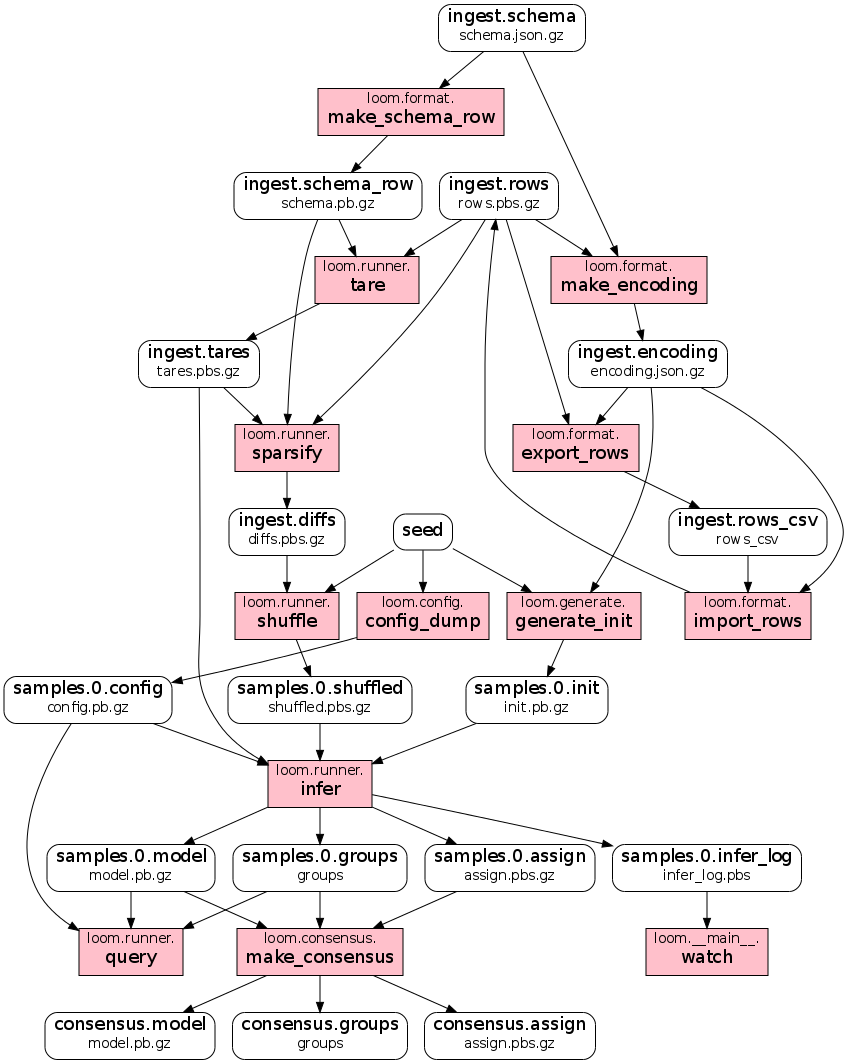
The Graphviz diagram doc/dataflow.png in priorknowledge/loom, before a commit. Its source is kept beside it as doc/dataflow.dot.
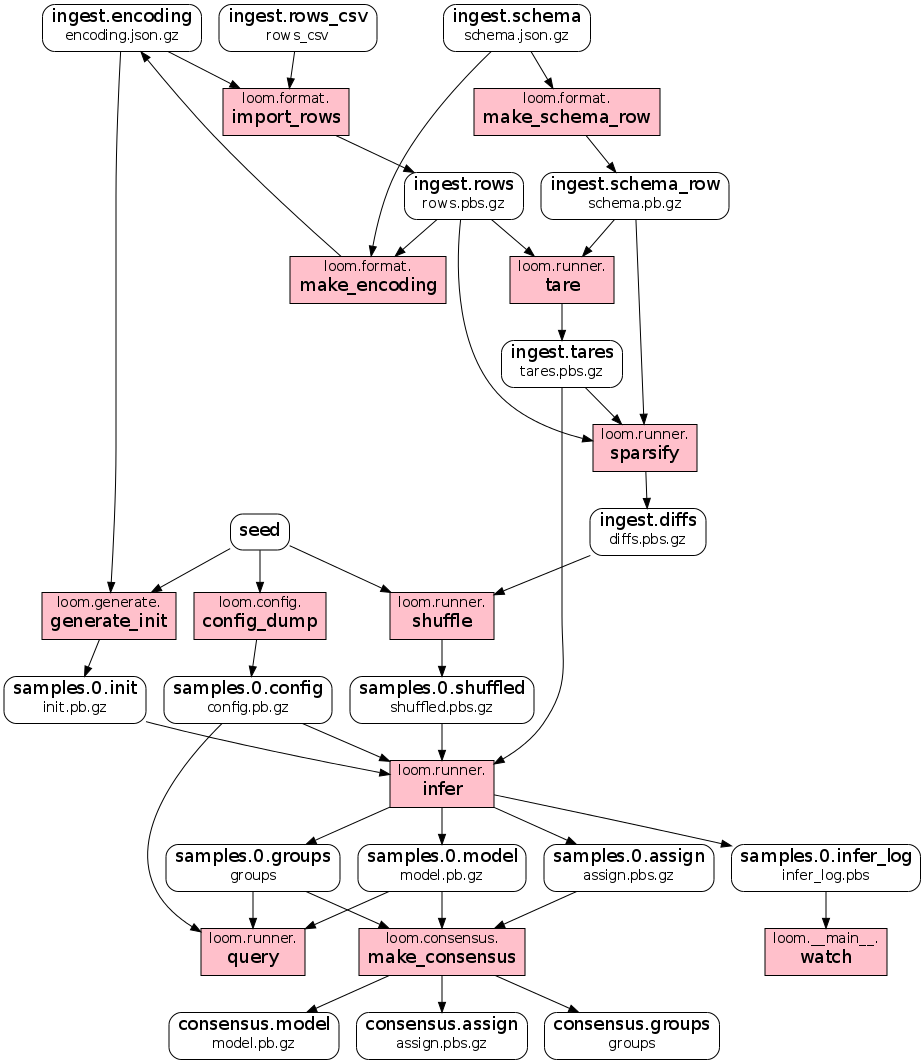
Later version of the same file.

Commit message:
Switch export_rows to test role

Diff of the diagram source:
```diff
@@ -4,9 +4,9 @@
   {
     node [shape=Mrecord];
     samples_0_model [label=<<FONT POINT-SIZE="18">samples.0.model</FONT><BR/>model.pb.gz>];
+    ingest_rows_csv [label=<<FONT POINT-SIZE="18">ingest.rows_csv</FONT><BR/>rows_csv>];
     consensus_model [label=<<FONT POINT-SIZE="18">consensus.model</FONT><BR/>model.pb.gz>];
-    consensus_groups [label=<<FONT POINT-SIZE="18">consensus.groups</FONT><BR/>groups>];
-    ingest_diffs [label=<<FONT POINT-SIZE="18">ingest.diffs</FONT><BR/>diffs.pbs.gz>];
+    ingest_schema [label=<<FONT POINT-SIZE="18">ingest.schema</FONT><BR/>schema.json.gz>];
     samples_0_init [label=<<FONT POINT-SIZE="18">samples.0.init</FONT><BR/>init.pb.gz>];
     samples_0_shuffled [label=<<FONT POINT-SIZE="18">samples.0.shuffled</FONT><BR/>shuffled.pbs.gz>];
     samples_0_assign [label=<<FONT POINT-SIZE="18">samples.0.assign</FONT><BR/>assign.pbs.gz>];
@@ -14,20 +14,19 @@
     consensus_assign [label=<<FONT POINT-SIZE="18">consensus.assign</FONT><BR/>assign.pbs.gz>];
     ingest_rows [label=<<FONT POINT-SIZE="18">ingest.rows</FONT><BR/>rows.pbs.gz>];
     ingest_tares [label=<<FONT POINT-SIZE="18">ingest.tares</FONT><BR/>tares.pbs.gz>];
-    seed [label=<<FONT POINT-SIZE="18">seed</FONT>>];
+    consensus_groups [label=<<FONT POINT-SIZE="18">consensus.groups</FONT><BR/>groups>];
     samples_0_config [label=<<FONT POINT-SIZE="18">samples.0.config</FONT><BR/>config.pb.gz>];
     ingest_schema_row [label=<<FONT POINT-SIZE="18">ingest.schema_row</FONT><BR/>schema.pb.gz>];
-    ingest_schema [label=<<FONT POINT-SIZE="18">ingest.schema</FONT><BR/>schema.json.gz>];
+    ingest_encoding [label=<<FONT POINT-SIZE="18">ingest.encoding</FONT><BR/>encoding.json.gz>];
     samples_0_groups [label=<<FONT POINT-SIZE="18">samples.0.groups</FONT><BR/>groups>];
-    ingest_rows_csv [label=<<FONT POINT-SIZE="18">ingest.rows_csv</FONT><BR/>rows_csv>];
-    ingest_encoding [label=<<FONT POINT-SIZE="18">ingest.encoding</FONT><BR/>encoding.json.gz>];
+    seed [label=<<FONT POINT-SIZE="18">seed</FONT>>];
+    ingest_diffs [label=<<FONT POINT-SIZE="18">ingest.diffs</FONT><BR/>diffs.pbs.gz>];
   }
 
   {
     node [shape=box, style=filled];
 
     tare [label=<loom.runner.<BR/><FONT POINT-SIZE="18">tare</FONT>>, fillcolor=pink];
-    export_rows [label=<loom.format.<BR/><FONT POINT-SIZE="18">export_rows</FONT>>, fillcolor=pink];
     query [label=<loom.runner.<BR/><FONT POINT-SIZE="18">query</FONT>>, fillcolor=pink];
     watch [label=<loom.__main__.<BR/><FONT POINT-SIZE="18">watch</FONT>>, fillcolor=pink];
     config_dump [label=<loom.config.<BR/><FONT POINT-SIZE="18">config_dump</FONT>>, fillcolor=pink];
@@ -43,9 +42,6 @@
     ingest_schema_row -> tare [weight=1.0];
     ingest_rows -> tare [weight=1.0];
     tare -> ingest_tares [weight=1.0];
-    ingest_encoding -> export_rows [weight=1.0];
-    ingest_rows -> export_rows [weight=1.0];
-    export_rows -> ingest_rows_csv [weight=1.0];
     samples_0_config -> query [weight=1.0];
     samples_0_model -> query [weight=1.0];
     samples_0_groups -> query [weight=1.0];
```
